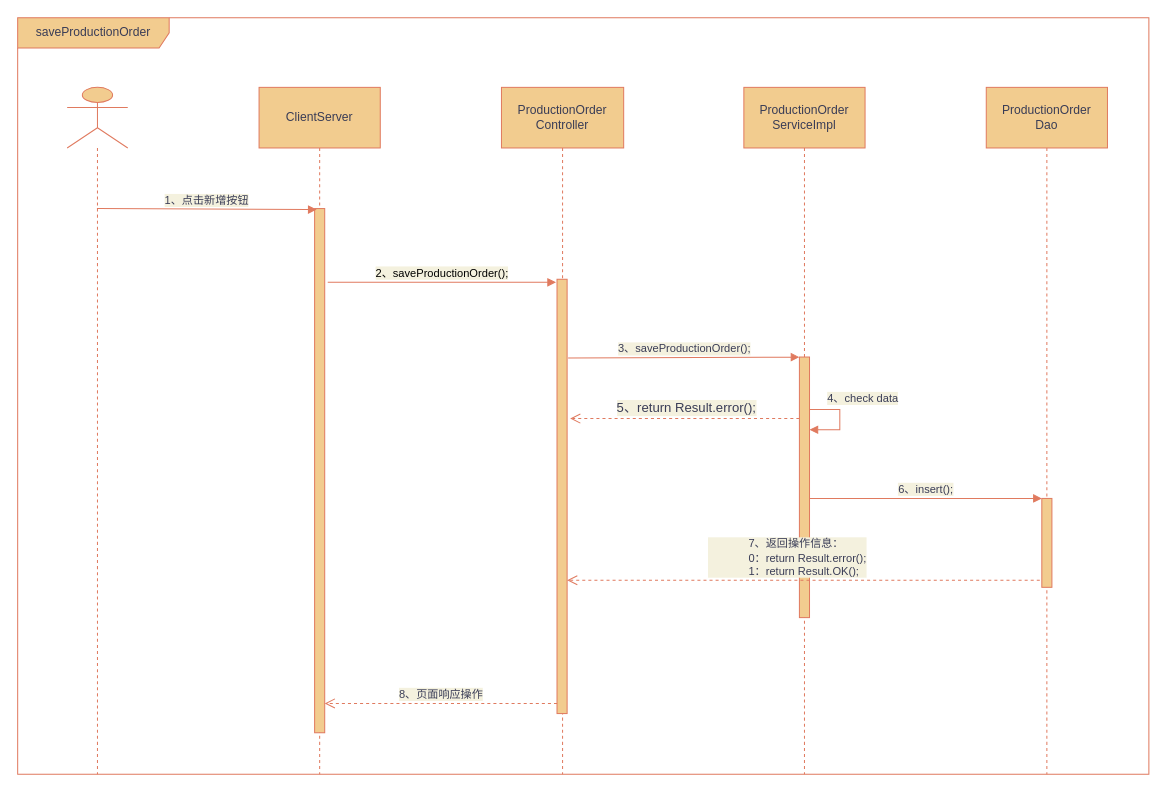
Above: page "新增制令单" (1 of 7) of 时序图.drawio in KNAI-I/test (draw.io), before the change. Source tidied: cells renumbered, new cells numbered last; positions are measured from the earlier drawing's top-left corner, leaving out a move shared by most shapes. Both pictures are drawn from the tidied source at 101%, with x=0, y=0 at pixel (17, 17).
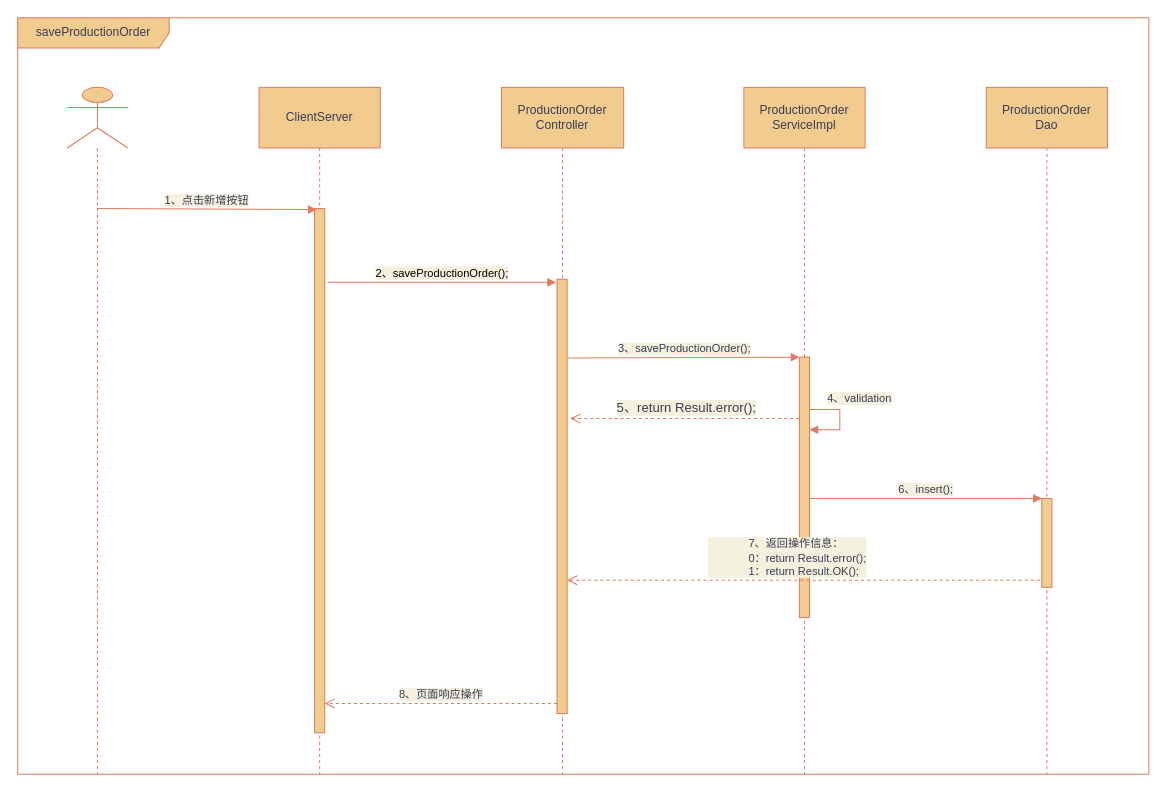
The same diagram, later.

Unchanged cells that the change refers to:
```xml
<mxCell id="6" value="ProductionOrder&lt;br&gt;ServiceImpl" style="shape=umlLifeline;perimeter=lifelinePerimeter;whiteSpace=wrap;html=1;size=60;fillColor=#F2CC8F;strokeColor=#E07A5F;fontColor=#393C56;" parent="1" vertex="1">
  <mxGeometry x="719" y="69" width="120" height="680" as="geometry" />
</mxCell>
```

Change to the diagram source:
```diff
@@
-    <mxCell id="8" value="4、check data" style="edgeStyle=orthogonalEdgeStyle;html=1;align=left;spacingLeft=2;endArrow=block;rounded=0;entryX=1;entryY=0.111;entryDx=0;entryDy=0;entryPerimeter=0;labelBackgroundColor=#F4F1DE;strokeColor=#E07A5F;fontColor=#393C56;" parent="6" edge="1">
+    <mxCell id="8" value="4、validation" style="edgeStyle=orthogonalEdgeStyle;html=1;align=left;spacingLeft=2;endArrow=block;rounded=0;entryX=1;entryY=0.111;entryDx=0;entryDy=0;entryPerimeter=0;labelBackgroundColor=#F4F1DE;strokeColor=#E07A5F;fontColor=#393C56;" parent="6" edge="1">
       <mxGeometry x="-0.62" y="11" relative="1" as="geometry">
         <mxPoint x="65" y="320" as="sourcePoint" />
         <mxPoint x="65" y="339" as="targetPoint" />
         <Array as="points">
           <mxPoint x="65" y="319" />
           <mxPoint x="95" y="319" />
           <mxPoint x="95" y="339" />
         </Array>
       </mxGeometry>
     </mxCell>
```
